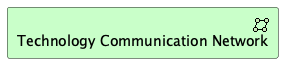
The PlantUML diagram doc/elements/technology-communication-network.plantuml.png in SixArm/archimate-examples, before a commit. The source it was exported from:
```plantuml
@startuml
!include <archimate/Archimate>
Technology_CommunicationNetwork(TCN_01, "Technology Communication Network")
@enduml
```
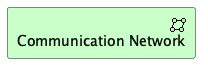
After the change.

Change to the diagram source:
```diff
@@ -1,4 +1,4 @@
 @startuml
 !include <archimate/Archimate>
-Technology_CommunicationNetwork(TCN_01, "Technology Communication Network")
+Technology_CommunicationNetwork(CommunicationNetwork, "Communication Network")
 @enduml
```
